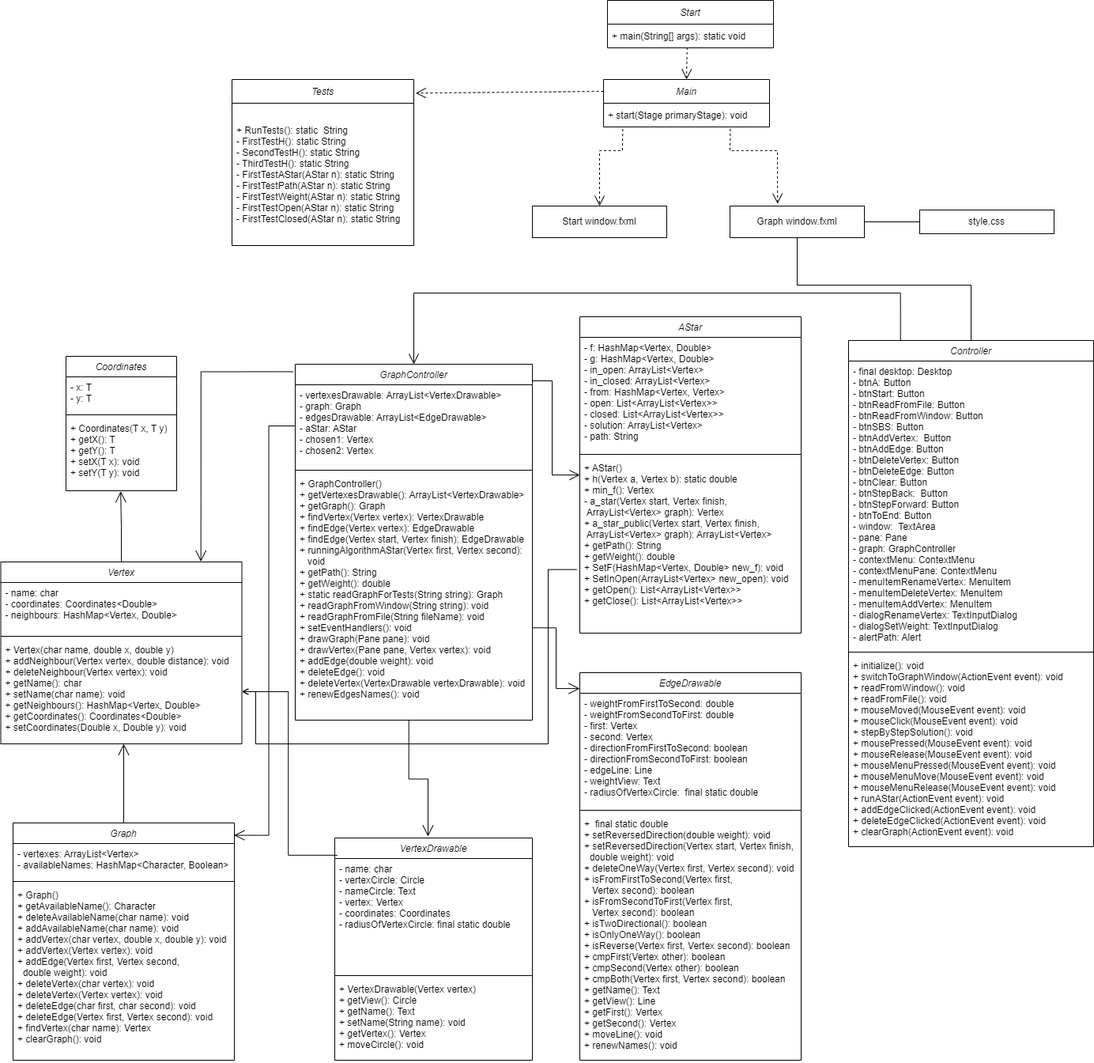
Earlier version of the draw.io export report/UML.png (velonzy/Summer-practice). Source tidied: cells renumbered, new cells last; positions are measured from the earlier drawing's top-left corner, leaving out a move shared by most shapes.
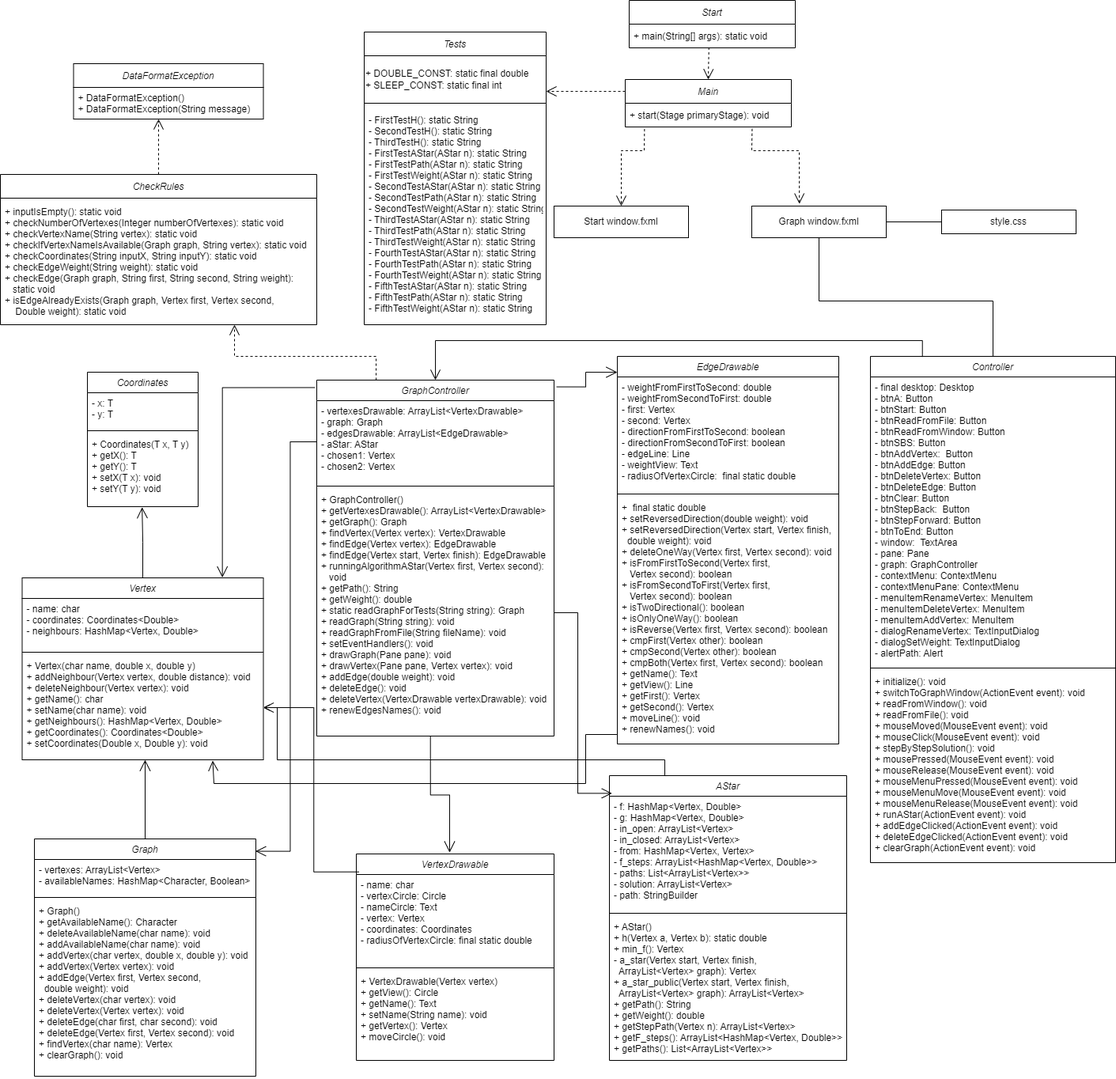
The same file after the commit.

Diff of the diagram source:
```diff
@@ -5,12 +5,12 @@
     <mxCell id="2" value="AStar" style="swimlane;fontStyle=2;align=center;verticalAlign=top;horizontal=1;startSize=26;rounded=0;shadow=0;strokeWidth=1;" parent="1" vertex="1">
-      <mxGeometry x="732" y="400" width="280" height="400" as="geometry" />
+      <mxGeometry x="742" y="960" width="300" height="360" as="geometry" />
     </mxCell>
-    <mxCell id="3" value="- f: HashMap&lt;Vertex, Double&gt;&#10;- g: HashMap&lt;Vertex, Double&gt;&#10;- in_open: ArrayList&lt;Vertex&gt;&#10;- in_closed: ArrayList&lt;Vertex&gt;&#10;- from: HashMap&lt;Vertex, Vertex&gt;&#10;- open: List&lt;ArrayList&lt;Vertex&gt;&gt;&#10;- closed: List&lt;ArrayList&lt;Vertex&gt;&gt;&#10;- solution: ArrayList&lt;Vertex&gt;&#10;- path: String" style="text;align=left;verticalAlign=top;spacingLeft=4;spacingRight=4;overflow=hidden;points=[[0,0.5],[1,0.5]];portConstraint=eastwest;" parent="2" vertex="1">
-      <mxGeometry y="26" width="280" height="144" as="geometry" />
+    <mxCell id="3" value="- f: HashMap&lt;Vertex, Double&gt;&#10;- g: HashMap&lt;Vertex, Double&gt;&#10;- in_open: ArrayList&lt;Vertex&gt;&#10;- in_closed: ArrayList&lt;Vertex&gt;&#10;- from: HashMap&lt;Vertex, Vertex&gt;&#10;- f_steps: ArrayList&lt;HashMap&lt;Vertex, Double&gt;&gt;&#10;- paths: List&lt;ArrayList&lt;Vertex&gt;&gt;&#10;- solution: ArrayList&lt;Vertex&gt;&#10;- path: StringBuilder" style="text;align=left;verticalAlign=top;spacingLeft=4;spacingRight=4;overflow=hidden;points=[[0,0.5],[1,0.5]];portConstraint=eastwest;" parent="2" vertex="1">
+      <mxGeometry y="26" width="300" height="144" as="geometry" />
     </mxCell>
     <mxCell id="4" style="line;html=1;strokeWidth=1;align=left;verticalAlign=middle;spacingTop=-1;spacingLeft=3;spacingRight=3;labelPosition=right;" parent="2" vertex="1">
-      <mxGeometry y="170" width="280" height="8" as="geometry" />
+      <mxGeometry y="170" width="300" height="8" as="geometry" />
     </mxCell>
-    <mxCell id="5" value="+ AStar()&#10;+ h(Vertex a, Vertex b): static double&#10;+ min_f(): Vertex&#10;- a_star(Vertex start, Vertex finish, &#10; ArrayList&lt;Vertex&gt; graph): Vertex &#10;+ a_star_public(Vertex start, Vertex finish, &#10; ArrayList&lt;Vertex&gt; graph): ArrayList&lt;Vertex&gt; &#10;+ getPath(): String&#10;+ getWeight(): double&#10;+ SetF(HashMap&lt;Vertex, Double&gt; new_f): void&#10;+ SetInOpen(ArrayList&lt;Vertex&gt; new_open): void&#10;+ getOpen(): List&lt;ArrayList&lt;Vertex&gt;&gt;&#10;+ getClose(): List&lt;ArrayList&lt;Vertex&gt;&gt;" style="text;align=left;verticalAlign=top;spacingLeft=4;spacingRight=4;overflow=hidden;points=[[0,0.5],[1,0.5]];portConstraint=eastwest;" parent="2" vertex="1">
-      <mxGeometry y="178" width="280" height="202" as="geometry" />
+    <mxCell id="5" value="+ AStar()&#10;+ h(Vertex a, Vertex b): static double&#10;+ min_f(): Vertex&#10;- a_star(Vertex start, Vertex finish, &#10;  ArrayList&lt;Vertex&gt; graph): Vertex &#10;+ a_star_public(Vertex start, Vertex finish, &#10;  ArrayList&lt;Vertex&gt; graph): ArrayList&lt;Vertex&gt; &#10;+ getPath(): String&#10;+ getWeight(): double&#10;+ getStepPath(Vertex n): ArrayList&lt;Vertex&gt;&#10;+ getF_steps(): ArrayList&lt;HashMap&lt;Vertex, Double&gt;&gt;&#10;+ getPaths(): List&lt;ArrayList&lt;Vertex&gt;&gt;" style="text;align=left;verticalAlign=top;spacingLeft=4;spacingRight=4;overflow=hidden;points=[[0,0.5],[1,0.5]];portConstraint=eastwest;" parent="2" vertex="1">
+      <mxGeometry y="178" width="300" height="182" as="geometry" />
     </mxCell>
@@ -41,3 +41,3 @@
     <mxCell id="14" value="EdgeDrawable" style="swimlane;fontStyle=2;align=center;verticalAlign=top;horizontal=1;startSize=26;rounded=0;shadow=0;strokeWidth=1;" parent="1" vertex="1">
-      <mxGeometry x="732" y="850" width="280" height="490" as="geometry" />
+      <mxGeometry x="752" y="430" width="280" height="490" as="geometry" />
     </mxCell>
@@ -73,7 +73,10 @@
     </mxCell>
-    <mxCell id="25" value="+ GraphController()&#10;+ getVertexesDrawable(): ArrayList&lt;VertexDrawable&gt;&#10;+ getGraph(): Graph&#10;+ findVertex(Vertex vertex): VertexDrawable&#10;+ findEdge(Vertex vertex): EdgeDrawable&#10;+ findEdge(Vertex start, Vertex finish): EdgeDrawable&#10;+ runningAlgorithmAStar(Vertex first, Vertex second):&#10;   void&#10;+ getPath(): String&#10;+ getWeight(): double&#10;+ static readGraphForTests(String string): Graph&#10;+ readGraphFromWindow(String string): void&#10;+ readGraphFromFile(String fileName): void&#10;+ setEventHandlers(): void&#10;+ drawGraph(Pane pane): void&#10;+ drawVertex(Pane pane, Vertex vertex): void&#10;+ addEdge(double weight): void&#10;+ deleteEdge(): void&#10;+ deleteVertex(VertexDrawable vertexDrawable): void&#10;+ renewEdgesNames(): void" style="text;align=left;verticalAlign=top;spacingLeft=4;spacingRight=4;overflow=hidden;points=[[0,0.5],[1,0.5]];portConstraint=eastwest;" parent="22" vertex="1">
+    <mxCell id="25" value="+ GraphController()&#10;+ getVertexesDrawable(): ArrayList&lt;VertexDrawable&gt;&#10;+ getGraph(): Graph&#10;+ findVertex(Vertex vertex): VertexDrawable&#10;+ findEdge(Vertex vertex): EdgeDrawable&#10;+ findEdge(Vertex start, Vertex finish): EdgeDrawable&#10;+ runningAlgorithmAStar(Vertex first, Vertex second):&#10;   void&#10;+ getPath(): String&#10;+ getWeight(): double&#10;+ static readGraphForTests(String string): Graph&#10;+ readGraph(String string): void&#10;+ readGraphFromFile(String fileName): void&#10;+ setEventHandlers(): void&#10;+ drawGraph(Pane pane): void&#10;+ drawVertex(Pane pane, Vertex vertex): void&#10;+ addEdge(double weight): void&#10;+ deleteEdge(): void&#10;+ deleteVertex(VertexDrawable vertexDrawable): void&#10;+ renewEdgesNames(): void" style="text;align=left;verticalAlign=top;spacingLeft=4;spacingRight=4;overflow=hidden;points=[[0,0.5],[1,0.5]];portConstraint=eastwest;" parent="22" vertex="1">
       <mxGeometry y="138" width="300" height="312" as="geometry" />
     </mxCell>
+    <mxCell id="59" style="edgeStyle=orthogonalEdgeStyle;rounded=0;jettySize=auto;html=1;exitX=0;exitY=0.25;exitDx=0;exitDy=0;entryX=1;entryY=0.75;entryDx=0;entryDy=0;endArrow=open;endFill=0;startSize=11;endSize=11;sourcePerimeterSpacing=9;targetPerimeterSpacing=9;dashed=1;" parent="1" edge="1" source="26" target="60">
+      <mxGeometry relative="1" as="geometry" />
+    </mxCell>
     <mxCell id="26" value="Main" style="swimlane;fontStyle=2;horizontal=1;startSize=30;" parent="1" vertex="1">
-      <mxGeometry x="762" y="100" width="210" height="60" as="geometry" />
+      <mxGeometry x="762" y="80" width="210" height="60" as="geometry" />
     </mxCell>
@@ -95,15 +98,15 @@
     <mxCell id="32" value="VertexDrawable" style="swimlane;fontStyle=2;align=center;verticalAlign=top;horizontal=1;startSize=26;rounded=0;shadow=0;strokeWidth=1;" parent="1" vertex="1">
-      <mxGeometry x="422" y="1059" width="250" height="281" as="geometry" />
+      <mxGeometry x="422" y="1059" width="250" height="261" as="geometry" />
     </mxCell>
     <mxCell id="33" value="- name: char&#10;- vertexCircle: Circle&#10;- nameCircle: Text&#10;- vertex: Vertex&#10;- coordinates: Coordinates&#10;- radiusOfVertexCircle: final static double" style="text;align=left;verticalAlign=top;spacingLeft=4;spacingRight=4;overflow=hidden;points=[[0,0.5],[1,0.5]];portConstraint=eastwest;" parent="32" vertex="1">
-      <mxGeometry y="26" width="250" height="144" as="geometry" />
+      <mxGeometry y="26" width="250" height="114" as="geometry" />
     </mxCell>
     <mxCell id="34" style="line;html=1;strokeWidth=1;align=left;verticalAlign=middle;spacingTop=-1;spacingLeft=3;spacingRight=3;labelPosition=right;" parent="32" vertex="1">
-      <mxGeometry y="170" width="250" height="8" as="geometry" />
+      <mxGeometry y="140" width="250" height="8" as="geometry" />
     </mxCell>
     <mxCell id="35" value="+ VertexDrawable(Vertex vertex)&#10;+ getView(): Circle&#10;+ getName(): Text&#10;+ setName(String name): void&#10;+ getVertex(): Vertex&#10;+ moveCircle(): void&#10;" style="text;align=left;verticalAlign=top;spacingLeft=4;spacingRight=4;overflow=hidden;" parent="32" vertex="1">
-      <mxGeometry y="178" width="250" height="102" as="geometry" />
+      <mxGeometry y="148" width="250" height="102" as="geometry" />
     </mxCell>
     <mxCell id="36" value="Start" style="swimlane;fontStyle=2;horizontal=1;startSize=30;" parent="1" vertex="1">
-      <mxGeometry x="767" width="210" height="60" as="geometry" />
+      <mxGeometry x="767" y="-20" width="210" height="60" as="geometry" />
     </mxCell>
@@ -113,15 +116,18 @@
     <mxCell id="38" value="Tests" style="swimlane;fontStyle=2;horizontal=1;startSize=30;" parent="1" vertex="1">
-      <mxGeometry x="292" y="100" width="230" height="210" as="geometry" />
+      <mxGeometry x="432" y="20" width="230" height="370" as="geometry" />
     </mxCell>
+    <mxCell id="60" value="&lt;div&gt;+ DOUBLE_CONST: static final double&lt;/div&gt;&lt;div&gt;+ SLEEP_CONST: static final int&lt;/div&gt;" style="rounded=0;whiteSpace=wrap;html=1;align=left;" parent="38" vertex="1">
+      <mxGeometry y="30" width="230" height="60" as="geometry" />
+    </mxCell>
-    <mxCell id="39" value="+ RunTests(): static  String&#10;- FirstTestH(): static String&#10;- SecondTestH(): static String&#10;- ThirdTestH(): static String&#10;- FirstTestAStar(AStar n): static String&#10;- FirstTestPath(AStar n): static String&#10;- FirstTestWeight(AStar n): static String&#10;- FirstTestOpen(AStar n): static String&#10;- FirstTestClosed(AStar n): static String" style="text;strokeColor=none;fillColor=none;align=left;verticalAlign=middle;spacingLeft=4;spacingRight=4;overflow=hidden;" parent="38" vertex="1">
-      <mxGeometry y="30" width="230" height="180" as="geometry" />
+    <mxCell id="39" value="- FirstTestH(): static String&#10;- SecondTestH(): static String&#10;- ThirdTestH(): static String&#10;- FirstTestAStar(AStar n): static String&#10;- FirstTestPath(AStar n): static String&#10;- FirstTestWeight(AStar n): static String&#10;- SecondTestAStar(AStar n): static String&#10;- SecondTestPath(AStar n): static String&#10;- SecondTestWeight(AStar n): static String&#10;- ThirdTestAStar(AStar n): static String&#10;- ThirdTestPath(AStar n): static String&#10;- ThirdTestWeight(AStar n): static String&#10;- FourthTestAStar(AStar n): static String&#10;- FourthTestPath(AStar n): static String&#10;- FourthTestWeight(AStar n): static String&#10;- FifthTestAStar(AStar n): static String&#10;- FifthTestPath(AStar n): static String&#10;- FifthTestWeight(AStar n): static String" style="text;strokeColor=none;fillColor=none;align=left;verticalAlign=middle;spacingLeft=4;spacingRight=4;overflow=hidden;" parent="38" vertex="1">
+      <mxGeometry y="90" width="230" height="280" as="geometry" />
     </mxCell>
     <mxCell id="40" value="Graph window.fxml" style="rounded=0;whiteSpace=wrap;html=1;" parent="1" vertex="1">
-      <mxGeometry x="922" y="260" width="170" height="40" as="geometry" />
+      <mxGeometry x="922" y="240" width="170" height="40" as="geometry" />
     </mxCell>
     <mxCell id="41" value="Start window.fxml" style="rounded=0;whiteSpace=wrap;html=1;" parent="1" vertex="1">
-      <mxGeometry x="672" y="260" width="170" height="40" as="geometry" />
+      <mxGeometry x="672" y="240" width="170" height="40" as="geometry" />
     </mxCell>
     <mxCell id="42" value="style.css" style="rounded=0;whiteSpace=wrap;html=1;" parent="1" vertex="1">
-      <mxGeometry x="1162" y="265" width="170" height="30" as="geometry" />
+      <mxGeometry x="1162" y="245" width="170" height="30" as="geometry" />
     </mxCell>
@@ -141,13 +147,5 @@
     </mxCell>
-    <mxCell id="47" style="endArrow=open;html=1;endSize=12;startArrow=none;startSize=14;startFill=0;edgeStyle=orthogonalEdgeStyle;rounded=0;entryX=0;entryY=0.041;entryDx=0;entryDy=0;entryPerimeter=0;exitX=1.001;exitY=0.626;exitDx=0;exitDy=0;exitPerimeter=0;" parent="1" edge="1" source="25" target="14">
+    <mxCell id="47" style="endArrow=open;html=1;endSize=12;startArrow=none;startSize=14;startFill=0;edgeStyle=orthogonalEdgeStyle;rounded=0;entryX=0;entryY=0.041;entryDx=0;entryDy=0;entryPerimeter=0;exitX=1.011;exitY=0.019;exitDx=0;exitDy=0;exitPerimeter=0;" parent="1" edge="1" source="22" target="14">
       <mxGeometry relative="1" as="geometry" />
     </mxCell>
-    <mxCell id="48" style="edgeStyle=orthogonalEdgeStyle;rounded=0;jettySize=auto;html=1;startArrow=none;startFill=0;endArrow=open;endFill=0;endSize=11;" parent="1" edge="1" source="22" target="2">
-      <mxGeometry relative="1" as="geometry">
-        <Array as="points">
-          <mxPoint x="697" y="481" />
-          <mxPoint x="697" y="600" />
-        </Array>
-      </mxGeometry>
-    </mxCell>
     <mxCell id="49" style="edgeStyle=orthogonalEdgeStyle;rounded=0;jettySize=auto;html=1;exitX=0.212;exitY=0.001;exitDx=0;exitDy=0;entryX=0.5;entryY=0;entryDx=0;entryDy=0;startArrow=none;startFill=0;endArrow=open;endFill=0;endSize=11;exitPerimeter=0;" parent="1" edge="1" source="6" target="22">
@@ -155,4 +153,4 @@
         <Array as="points">
-          <mxPoint x="1138" y="370" />
-          <mxPoint x="522" y="370" />
+          <mxPoint x="1138" y="410" />
+          <mxPoint x="522" y="410" />
         </Array>
@@ -166,4 +164,4 @@
         <Array as="points">
-          <mxPoint x="786" y="190" />
-          <mxPoint x="757" y="190" />
+          <mxPoint x="786" y="170" />
+          <mxPoint x="757" y="170" />
         </Array>
@@ -174,4 +172,4 @@
         <Array as="points">
-          <mxPoint x="922" y="190" />
-          <mxPoint x="982" y="190" />
+          <mxPoint x="922" y="170" />
+          <mxPoint x="982" y="170" />
         </Array>
@@ -190,6 +188,3 @@
     </mxCell>
-    <mxCell id="55" style="endArrow=open;html=1;rounded=0;dashed=1;endSize=11;sourcePerimeterSpacing=11;targetPerimeterSpacing=5;strokeWidth=1;exitX=0;exitY=0.25;exitDx=0;exitDy=0;entryX=1.01;entryY=0.082;entryDx=0;entryDy=0;endFill=0;entryPerimeter=0;" parent="1" edge="1" source="26" target="38">
-      <mxGeometry relative="1" as="geometry" />
-    </mxCell>
-    <mxCell id="56" style="edgeStyle=orthogonalEdgeStyle;rounded=0;jettySize=auto;html=1;exitX=1;exitY=0.5;exitDx=0;exitDy=0;entryX=-0.013;entryY=0.701;entryDx=0;entryDy=0;entryPerimeter=0;startArrow=open;startFill=0;endArrow=none;endFill=0;endSize=11;sourcePerimeterSpacing=11;targetPerimeterSpacing=5;strokeWidth=1;" parent="1" edge="1" source="31" target="5">
+    <mxCell id="56" style="edgeStyle=orthogonalEdgeStyle;rounded=0;jettySize=auto;html=1;exitX=1;exitY=0.5;exitDx=0;exitDy=0;entryX=0.25;entryY=0;entryDx=0;entryDy=0;startArrow=open;startFill=0;endArrow=none;endFill=0;endSize=11;sourcePerimeterSpacing=11;targetPerimeterSpacing=5;strokeWidth=1;" parent="1" edge="1" source="31" target="2">
       <mxGeometry relative="1" as="geometry">
@@ -198,4 +193,3 @@
           <mxPoint x="322" y="940" />
-          <mxPoint x="692" y="940" />
-          <mxPoint x="692" y="720" />
+          <mxPoint x="812" y="940" />
         </Array>
@@ -203,3 +197,3 @@
     </mxCell>
-    <mxCell id="57" style="edgeStyle=orthogonalEdgeStyle;rounded=0;jettySize=auto;html=1;exitX=1;exitY=0.5;exitDx=0;exitDy=0;entryX=0.013;entryY=-0.029;entryDx=0;entryDy=0;entryPerimeter=0;startArrow=open;startFill=0;endArrow=none;endFill=0;endSize=11;sourcePerimeterSpacing=11;targetPerimeterSpacing=5;strokeWidth=1;" parent="1" edge="1" source="31" target="33">
+    <mxCell id="57" style="edgeStyle=orthogonalEdgeStyle;rounded=0;jettySize=auto;html=1;exitX=1;exitY=0.5;exitDx=0;exitDy=0;entryX=0.013;entryY=-0.029;entryDx=0;entryDy=0;entryPerimeter=0;startArrow=open;startFill=0;endArrow=none;endFill=0;endSize=11;sourcePerimeterSpacing=9;targetPerimeterSpacing=9;strokeWidth=1;startSize=11;" parent="1" edge="1" source="31" target="33">
       <mxGeometry relative="1" as="geometry" />
@@ -209,2 +203,41 @@
     </mxCell>
+    <mxCell id="61" style="edgeStyle=orthogonalEdgeStyle;rounded=0;jettySize=auto;html=1;entryX=0.011;entryY=-0.025;entryDx=0;entryDy=0;entryPerimeter=0;endArrow=open;endFill=0;endSize=11;" parent="1" edge="1" source="25" target="3">
+      <mxGeometry relative="1" as="geometry" />
+    </mxCell>
+    <mxCell id="62" value="DataFormatException" style="swimlane;fontStyle=2;horizontal=1;startSize=30;" parent="1" vertex="1">
+      <mxGeometry x="64.5" y="60" width="240" height="70" as="geometry" />
+    </mxCell>
+    <mxCell id="63" value="+ DataFormatException()&#10;+ DataFormatException(String message)" style="text;strokeColor=none;fillColor=none;align=left;verticalAlign=middle;spacingLeft=4;spacingRight=4;overflow=hidden;" parent="62" vertex="1">
+      <mxGeometry y="30" width="240" height="40" as="geometry" />
+    </mxCell>
+    <mxCell id="64" value="CheckRules" style="swimlane;fontStyle=2;horizontal=1;startSize=30;" parent="1" vertex="1">
+      <mxGeometry x="-28" y="200" width="400" height="190" as="geometry" />
+    </mxCell>
+    <mxCell id="65" value="+ inputIsEmpty(): static void&#10;+ checkNumberOfVertexes(Integer numberOfVertexes): static void&#10;+ checkVertexName(String vertex): static void&#10;+ checkIfVertexNameIsAvailable(Graph graph, String vertex): static void&#10;+ checkCoordinates(String inputX, String inputY): static void&#10;+ checkEdgeWeight(String weight): static void&#10;+ checkEdge(Graph graph, String first, String second, String weight): &#10;   static void&#10;+ isEdgeAlreadyExists(Graph graph, Vertex first, Vertex second,&#10;    Double weight): static void" style="text;strokeColor=none;fillColor=none;align=left;verticalAlign=middle;spacingLeft=4;spacingRight=4;overflow=hidden;" parent="64" vertex="1">
+      <mxGeometry y="30" width="400" height="160" as="geometry" />
+    </mxCell>
+    <mxCell id="66" style="endArrow=open;html=1;rounded=0;dashed=1;startSize=11;endSize=11;sourcePerimeterSpacing=9;targetPerimeterSpacing=9;exitX=0.25;exitY=0;exitDx=0;exitDy=0;endFill=0;" parent="1" edge="1" source="22">
+      <mxGeometry relative="1" as="geometry">
+        <mxPoint x="268" y="390" as="targetPoint" />
+        <Array as="points">
+          <mxPoint x="447" y="430" />
+          <mxPoint x="268" y="430" />
+        </Array>
+      </mxGeometry>
+    </mxCell>
+    <mxCell id="67" style="endArrow=open;html=1;rounded=0;dashed=1;startSize=11;endSize=11;sourcePerimeterSpacing=9;targetPerimeterSpacing=9;exitX=0.5;exitY=0;exitDx=0;exitDy=0;endFill=0;" parent="1" edge="1" source="64">
+      <mxGeometry relative="1" as="geometry">
+        <mxPoint x="172" y="130" as="targetPoint" />
+      </mxGeometry>
+    </mxCell>
+    <mxCell id="68" style="endArrow=open;html=1;rounded=0;startSize=11;endSize=11;sourcePerimeterSpacing=9;targetPerimeterSpacing=9;entryX=0.79;entryY=1.008;entryDx=0;entryDy=0;entryPerimeter=0;endFill=0;" parent="1" edge="1" target="31">
+      <mxGeometry relative="1" as="geometry">
+        <mxPoint x="752" y="908" as="sourcePoint" />
+        <Array as="points">
+          <mxPoint x="712" y="908" />
+          <mxPoint x="712" y="970" />
+          <mxPoint x="242" y="970" />
+        </Array>
+      </mxGeometry>
+    </mxCell>
   </root>
```
